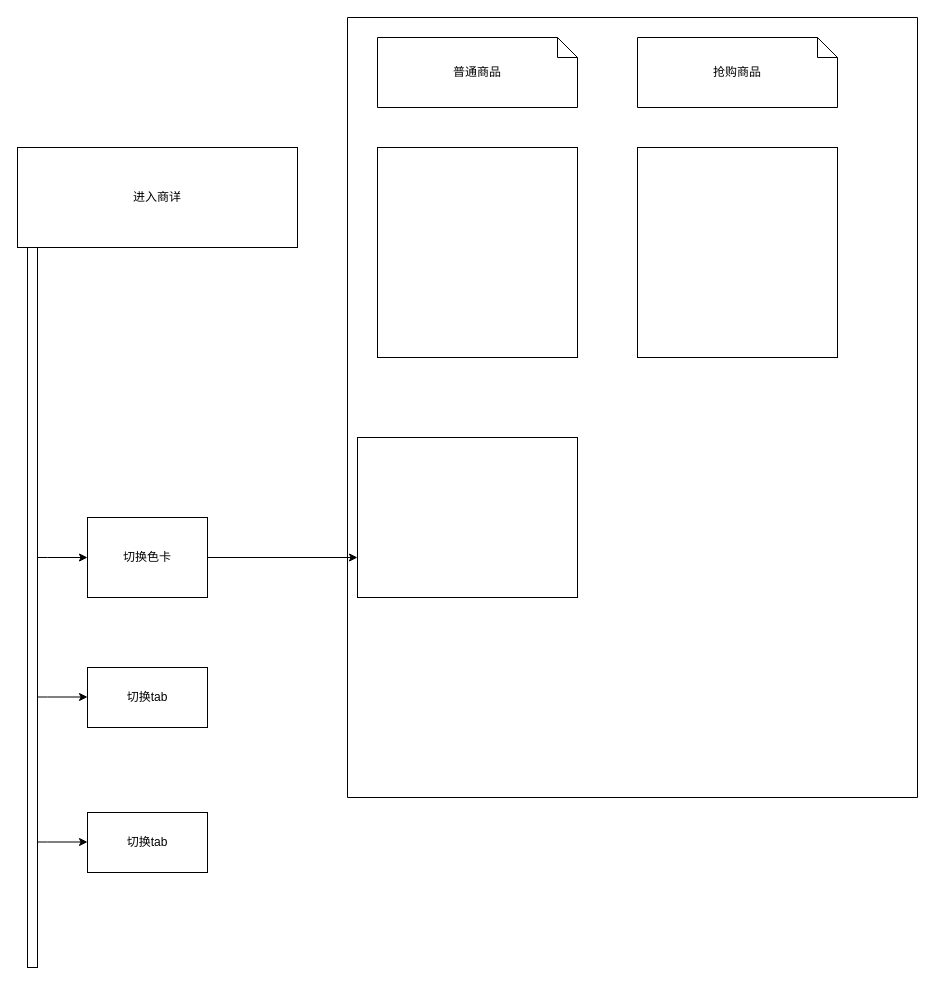
This is Untitled Diagram.drawio from daolinhy/changeCar, a draw.io file, before an edit. Source tidied: cells renumbered, new cells numbered last; positions are measured from the earlier drawing's top-left corner, leaving out a move shared by most shapes. Both pictures are drawn from the tidied source at 100%, with x=0, y=0 at pixel (17, 17).
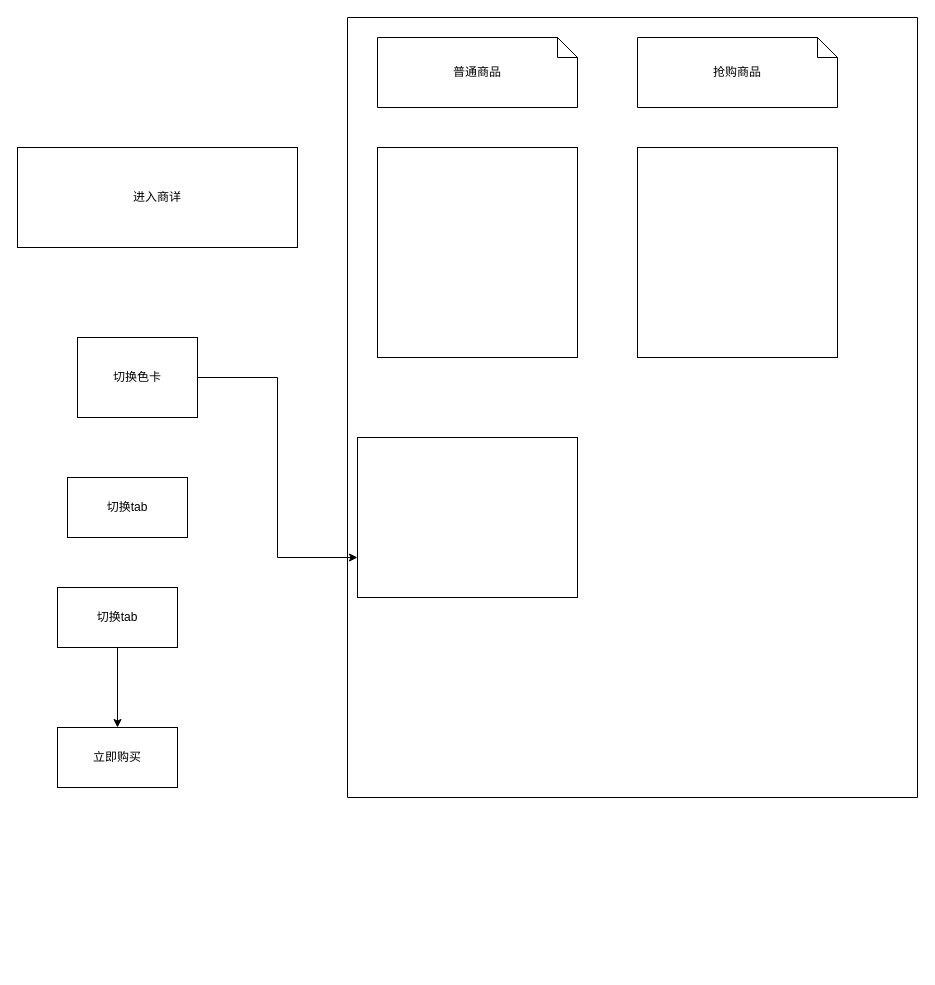
After the change.

Change to the diagram source:
```diff
@@
     <mxCell id="4" value="切换色卡" style="rounded=0;whiteSpace=wrap;html=1;" parent="1" vertex="1">
-      <mxGeometry x="70" y="500" width="120" height="80" as="geometry" />
+      <mxGeometry x="60" y="320" width="120" height="80" as="geometry" />
     </mxCell>
     <mxCell id="5" value="切换tab" style="rounded=0;whiteSpace=wrap;html=1;" parent="1" vertex="1">
-      <mxGeometry x="70" y="650" width="120" height="60" as="geometry" />
+      <mxGeometry x="50" y="460" width="120" height="60" as="geometry" />
     </mxCell>
+    <mxCell id="17" style="edgeStyle=orthogonalEdgeStyle;rounded=0;jettySize=auto;html=1;" parent="1" edge="1" source="6" target="18">
+      <mxGeometry relative="1" as="geometry" />
+    </mxCell>
     <mxCell id="6" value="切换tab" style="rounded=0;whiteSpace=wrap;html=1;" parent="1" vertex="1">
-      <mxGeometry x="70" y="795" width="120" height="60" as="geometry" />
+      <mxGeometry x="40" y="570" width="120" height="60" as="geometry" />
     </mxCell>
-    <mxCell id="7" style="edgeStyle=orthogonalEdgeStyle;rounded=0;jettySize=auto;html=1;curved=0;" parent="1" edge="1" source="8" target="4">
-      <mxGeometry relative="1" as="geometry">
-        <Array as="points">
-          <mxPoint x="30" y="540" />
-          <mxPoint x="30" y="540" />
-        </Array>
-      </mxGeometry>
-    </mxCell>
-    <mxCell id="8" style="html=1;points=[[0,0,0,0,5],[0,1,0,0,-5],[1,0,0,0,5],[1,1,0,0,-5]];perimeter=orthogonalPerimeter;outlineConnect=0;targetShapes=umlLifeline;portConstraint=eastwest;newEdgeStyle={&quot;curved&quot;:0,&quot;rounded&quot;:0};" parent="1" vertex="1">
-      <mxGeometry x="10" y="230" width="10" height="720" as="geometry" />
-    </mxCell>
-    <mxCell id="9" style="edgeStyle=orthogonalEdgeStyle;rounded=0;orthogonalLoop=1;jettySize=auto;html=1;curved=0;" parent="1" edge="1">
-      <mxGeometry relative="1" as="geometry">
-        <mxPoint x="20" y="679.5" as="sourcePoint" />
-        <mxPoint x="70" y="679.5" as="targetPoint" />
-        <Array as="points">
-          <mxPoint x="30" y="679.5" />
-          <mxPoint x="30" y="679.5" />
-        </Array>
-      </mxGeometry>
-    </mxCell>
-    <mxCell id="10" style="edgeStyle=orthogonalEdgeStyle;rounded=0;orthogonalLoop=1;jettySize=auto;html=1;curved=0;" parent="1" edge="1">
-      <mxGeometry relative="1" as="geometry">
-        <mxPoint x="20" y="824.5" as="sourcePoint" />
-        <mxPoint x="70" y="824.5" as="targetPoint" />
-        <Array as="points">
-          <mxPoint x="30" y="824.5" />
-          <mxPoint x="30" y="824.5" />
-        </Array>
-      </mxGeometry>
-    </mxCell>
@@
+    <mxCell id="18" value="立即购买" style="rounded=0;whiteSpace=wrap;html=1;" parent="1" vertex="1">
+      <mxGeometry x="40" y="710" width="120" height="60" as="geometry" />
+    </mxCell>
```
